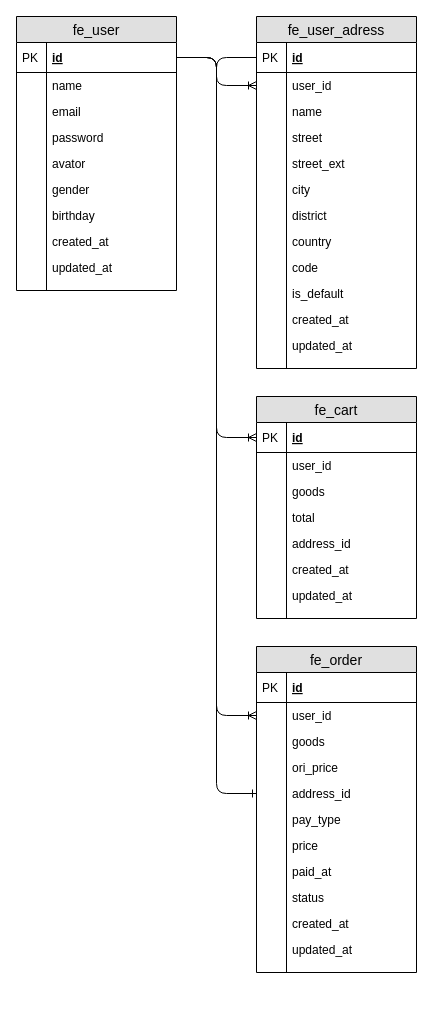
Above: 个人开源电商/littlemall_fe_service_sql.drawio in wurh/myDesignDoc (draw.io), before the change. Source tidied: cells renumbered, new cells numbered last; positions are measured from the earlier drawing's top-left corner, leaving out a move shared by most shapes. Both pictures are drawn from the tidied source at 100%, with x=0, y=0 at pixel (16, 16).
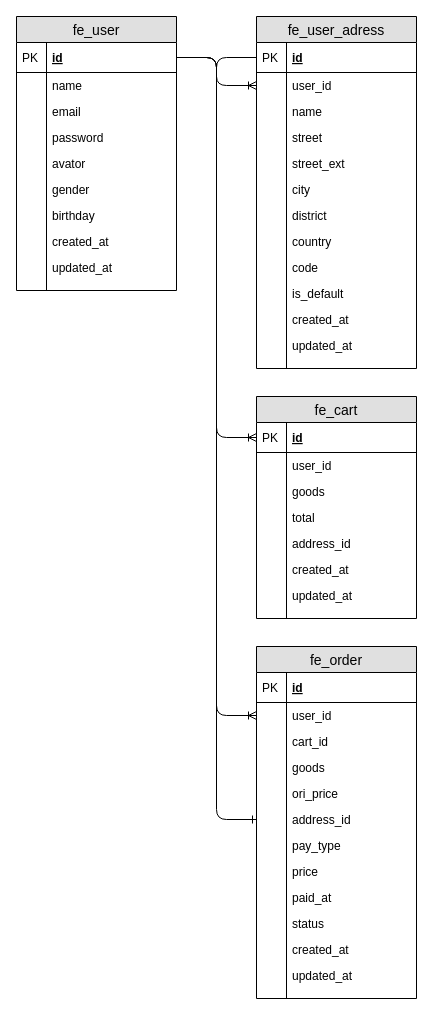
Above is the later version.

The edit, as a diff of the source:
```diff
@@
     <mxCell id="69" value="fe_order" style="swimlane;fontStyle=0;horizontal=1;startSize=26;fillColor=#e0e0e0;swimlaneFillColor=#ffffff;align=center;fontSize=14;" parent="1" vertex="1">
-      <mxGeometry x="240" y="630" width="160" height="326" as="geometry" />
+      <mxGeometry x="240" y="630" width="160" height="352" as="geometry" />
     </mxCell>
@@
+    <mxCell id="96" value="cart_id" style="shape=partialRectangle;top=0;left=0;right=0;bottom=0;align=left;verticalAlign=top;fillColor=none;spacingLeft=34;spacingRight=4;overflow=hidden;fontSize=12;" parent="69" vertex="1">
+      <mxGeometry y="82" width="160" height="26" as="geometry" />
+    </mxCell>
+    <mxCell id="97" style="shape=partialRectangle;top=0;left=0;bottom=0;fillColor=none;align=left;verticalAlign=top;spacingLeft=4;spacingRight=4;overflow=hidden;fontSize=12;" parent="96" vertex="1">
+      <mxGeometry width="30" height="26" as="geometry" />
+    </mxCell>
     <mxCell id="74" value="goods" style="shape=partialRectangle;top=0;left=0;right=0;bottom=0;align=left;verticalAlign=top;fillColor=none;spacingLeft=34;spacingRight=4;overflow=hidden;fontSize=12;" parent="69" vertex="1">
-      <mxGeometry y="82" width="160" height="26" as="geometry" />
+      <mxGeometry y="108" width="160" height="26" as="geometry" />
     </mxCell>
@@
     <mxCell id="76" value="ori_price" style="shape=partialRectangle;top=0;left=0;right=0;bottom=0;align=left;verticalAlign=top;fillColor=none;spacingLeft=34;spacingRight=4;overflow=hidden;fontSize=12;" parent="69" vertex="1">
-      <mxGeometry y="108" width="160" height="26" as="geometry" />
+      <mxGeometry y="134" width="160" height="26" as="geometry" />
     </mxCell>
@@
     <mxCell id="78" value="address_id" style="shape=partialRectangle;top=0;left=0;right=0;bottom=0;align=left;verticalAlign=top;fillColor=none;spacingLeft=34;spacingRight=4;overflow=hidden;points=[[0,0.5],[1,0.5]];portConstraint=eastwest;fontSize=12;" parent="69" vertex="1">
-      <mxGeometry y="134" width="160" height="26" as="geometry" />
+      <mxGeometry y="160" width="160" height="26" as="geometry" />
     </mxCell>
@@
     <mxCell id="80" value="pay_type" style="shape=partialRectangle;top=0;left=0;right=0;bottom=0;align=left;verticalAlign=top;fillColor=none;spacingLeft=34;spacingRight=4;overflow=hidden;fontSize=12;" parent="69" vertex="1">
-      <mxGeometry y="160" width="160" height="26" as="geometry" />
+      <mxGeometry y="186" width="160" height="26" as="geometry" />
     </mxCell>
@@
     <mxCell id="82" value="price" style="shape=partialRectangle;top=0;left=0;right=0;bottom=0;align=left;verticalAlign=top;fillColor=none;spacingLeft=34;spacingRight=4;overflow=hidden;fontSize=12;" parent="69" vertex="1">
-      <mxGeometry y="186" width="160" height="26" as="geometry" />
+      <mxGeometry y="212" width="160" height="26" as="geometry" />
     </mxCell>
@@
     <mxCell id="84" value="paid_at" style="shape=partialRectangle;top=0;left=0;right=0;bottom=0;align=left;verticalAlign=top;fillColor=none;spacingLeft=34;spacingRight=4;overflow=hidden;fontSize=12;" parent="69" vertex="1">
-      <mxGeometry y="212" width="160" height="26" as="geometry" />
+      <mxGeometry y="238" width="160" height="26" as="geometry" />
     </mxCell>
@@
     <mxCell id="86" value="status" style="shape=partialRectangle;top=0;left=0;right=0;bottom=0;align=left;verticalAlign=top;fillColor=none;spacingLeft=34;spacingRight=4;overflow=hidden;fontSize=12;" parent="69" vertex="1">
-      <mxGeometry y="238" width="160" height="26" as="geometry" />
+      <mxGeometry y="264" width="160" height="26" as="geometry" />
     </mxCell>
@@
     <mxCell id="88" value="created_at" style="shape=partialRectangle;top=0;left=0;right=0;bottom=0;align=left;verticalAlign=top;fillColor=none;spacingLeft=34;spacingRight=4;overflow=hidden;fontSize=12;" parent="69" vertex="1">
-      <mxGeometry y="264" width="160" height="26" as="geometry" />
+      <mxGeometry y="290" width="160" height="26" as="geometry" />
     </mxCell>
@@
     <mxCell id="90" value="updated_at" style="shape=partialRectangle;top=0;left=0;right=0;bottom=0;align=left;verticalAlign=top;fillColor=none;spacingLeft=34;spacingRight=4;overflow=hidden;fontSize=12;" parent="69" vertex="1">
-      <mxGeometry y="290" width="160" height="26" as="geometry" />
+      <mxGeometry y="316" width="160" height="26" as="geometry" />
     </mxCell>
@@
     <mxCell id="92" style="shape=partialRectangle;top=0;left=0;right=0;bottom=0;align=left;verticalAlign=top;fillColor=none;spacingLeft=34;spacingRight=4;overflow=hidden;fontSize=12;" parent="69" vertex="1">
-      <mxGeometry y="316" width="160" height="10" as="geometry" />
+      <mxGeometry y="342" width="160" height="10" as="geometry" />
     </mxCell>
```
